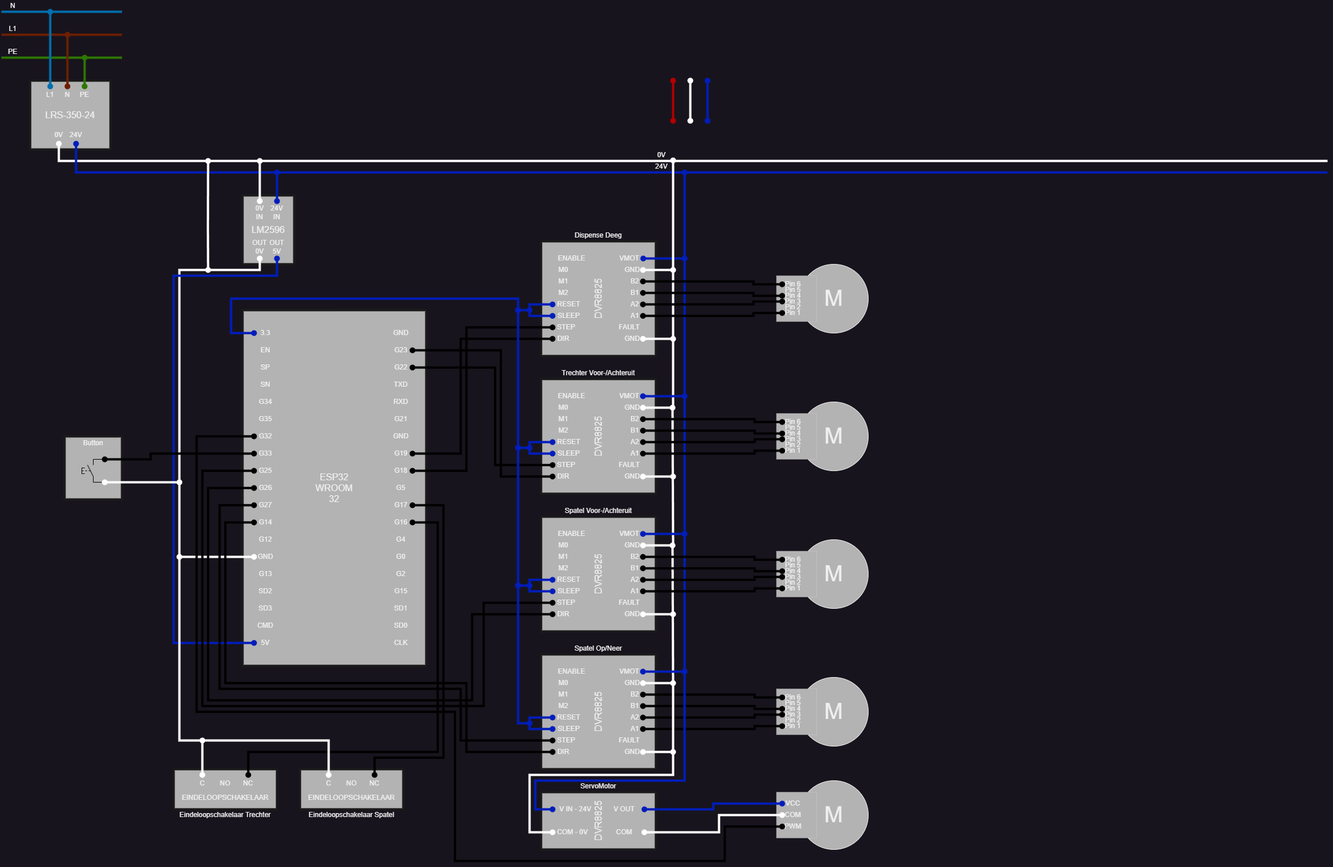
Above: Elektrisch schema/eendraadschema.png in vives-project-xp/AutomatischePannenkoekmachine (draw.io), before the change. Source tidied: cells renumbered, new cells last; positions are measured from the earlier drawing's top-left corner, leaving out a move shared by most shapes.
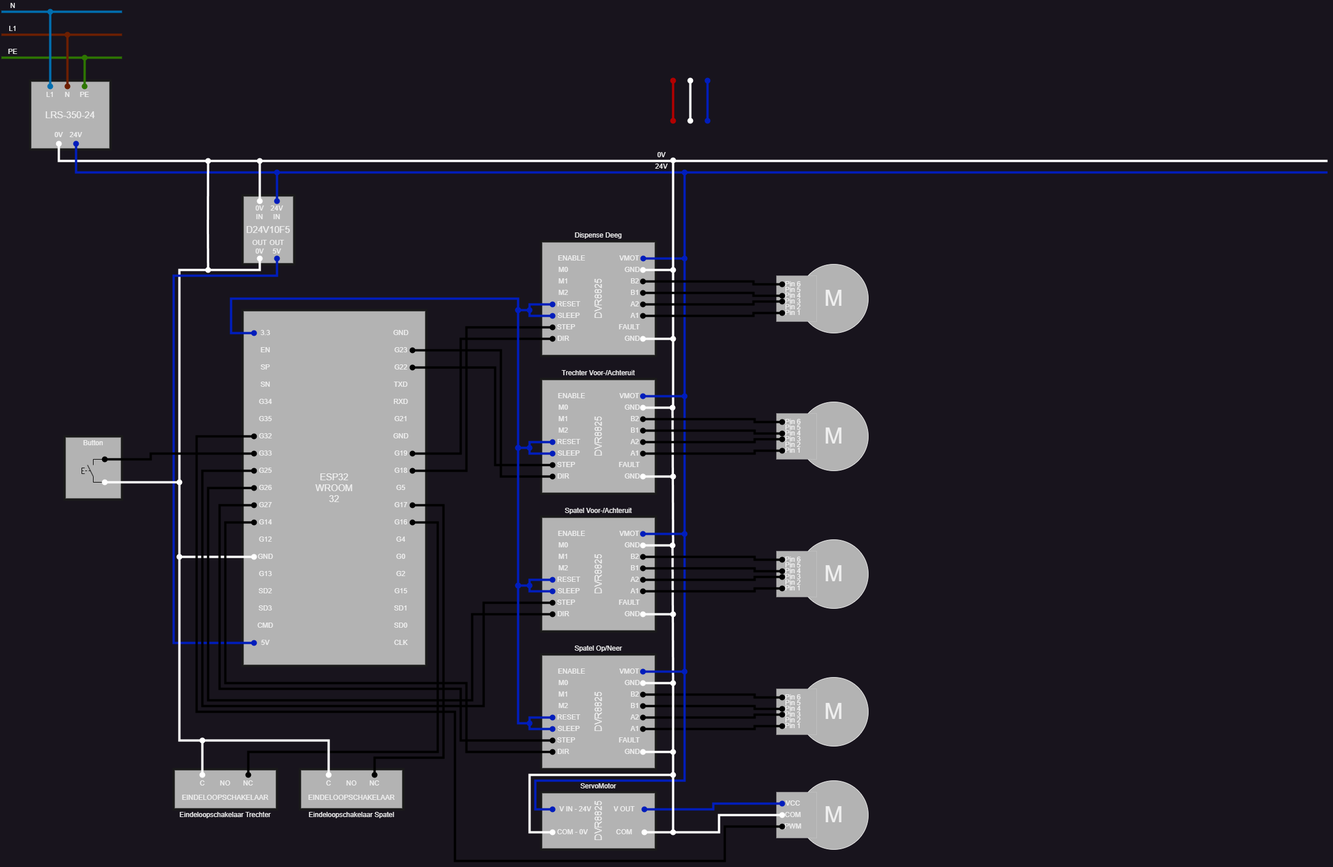
Later version of the same file.

Commit message:
update elektrisch schema & added datasheets of comps

The edit, as a diff of the source:
```diff
@@ -45,7 +45,7 @@
         </Array>
       </mxGeometry>
     </mxCell>
-    <mxCell id="11" value="&lt;font style=&quot;font-size: 16px;&quot;&gt;LM2596&lt;/font&gt;" style="rounded=0;whiteSpace=wrap;html=1;strokeWidth=4;fillColor=#B3B3B3;strokeColor=#1A1A1A;" parent="1" vertex="1">
+    <mxCell id="11" value="&lt;font style=&quot;font-size: 16px;&quot;&gt;D24V10F5&lt;/font&gt;" style="rounded=0;whiteSpace=wrap;html=1;strokeWidth=4;fillColor=#B3B3B3;strokeColor=#1A1A1A;" parent="1" vertex="1">
       <mxGeometry x="420" y="340" width="90" height="120" as="geometry" />
     </mxCell>
     <mxCell id="12" value="0V" style="text;html=1;align=center;verticalAlign=middle;whiteSpace=wrap;rounded=0;" parent="1" vertex="1">
@@ -1205,5 +1205,14 @@
         </Array>
       </mxGeometry>
     </mxCell>
+    <mxCell id="276" style="endArrow=oval;html=1;rounded=0;strokeWidth=4;strokeColor=#ffffff;startArrow=oval;startFill=1;endFill=1;" parent="1" edge="1">
+      <mxGeometry relative="1" as="geometry">
+        <mxPoint x="1170" y="1350" as="sourcePoint" />
+        <mxPoint x="1170" y="1450" as="targetPoint" />
+        <Array as="points">
+          <mxPoint x="1170" y="1390" />
+        </Array>
+      </mxGeometry>
+    </mxCell>
   </root>
 </mxGraphModel>
```
